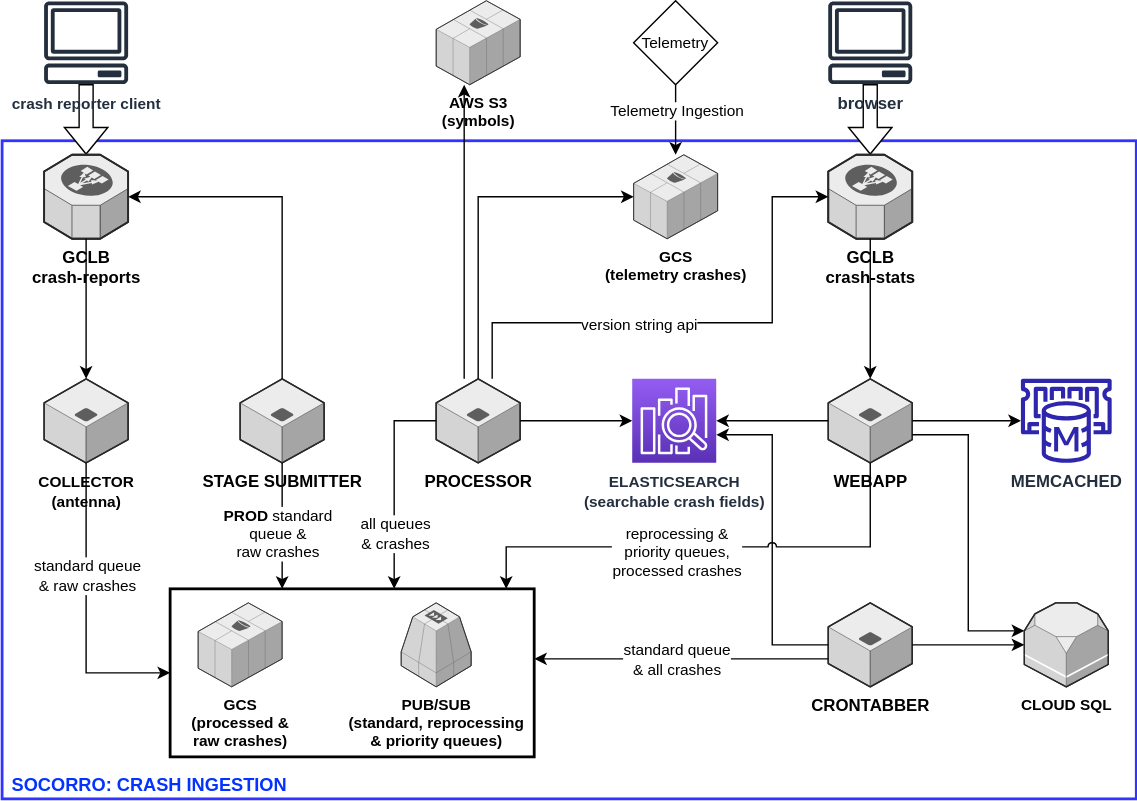
Above: docs/drawio/socorro_architecture.drawio.svg in mozilla-services/socorro (draw.io), before the change. Source tidied: cells renumbered, new cells last; positions are measured from the earlier drawing's top-left corner, leaving out a move shared by most shapes.
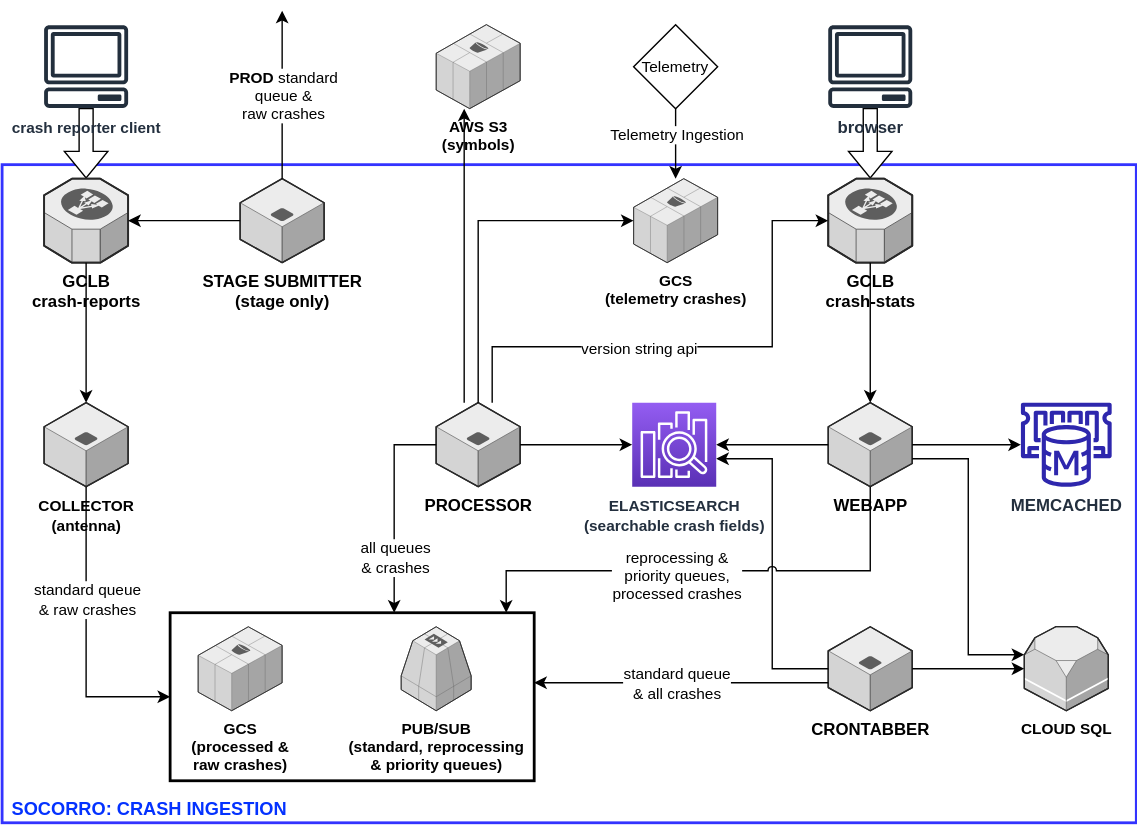
The same diagram one commit later.

Commit message:
Clarify stage submitter

Change to the diagram source:
```diff
@@ -62,8 +62,8 @@
     <mxCell id="21" value="&lt;b&gt;GCLB&lt;br&gt;crash-stats&lt;/b&gt;" style="verticalLabelPosition=bottom;html=1;verticalAlign=top;strokeWidth=1;align=center;outlineConnect=0;dashed=0;outlineConnect=0;shape=mxgraph.aws3d.elasticLoadBalancing;fillColor=#ECECEC;strokeColor=#5E5E5E;" parent="1" vertex="1">
       <mxGeometry x="590" y="110" width="60" height="60" as="geometry" />
     </mxCell>
-    <mxCell id="22" value="&lt;b&gt;STAGE SUBMITTER&lt;br&gt;&lt;/b&gt;" style="verticalLabelPosition=bottom;html=1;verticalAlign=top;strokeWidth=1;align=center;outlineConnect=0;dashed=0;outlineConnect=0;shape=mxgraph.aws3d.application_server;fillColor=#ECECEC;strokeColor=#5E5E5E;" parent="1" vertex="1">
-      <mxGeometry x="170" y="270" width="60" height="60" as="geometry" />
+    <mxCell id="22" value="&lt;div&gt;&lt;b&gt;STAGE SUBMITTER&lt;/b&gt;&lt;/div&gt;&lt;b&gt;(stage only)&lt;/b&gt;" style="verticalLabelPosition=bottom;html=1;verticalAlign=top;strokeWidth=1;align=center;outlineConnect=0;dashed=0;outlineConnect=0;shape=mxgraph.aws3d.application_server;fillColor=#ECECEC;strokeColor=#5E5E5E;" parent="1" vertex="1">
+      <mxGeometry x="170" y="110" width="60" height="60" as="geometry" />
     </mxCell>
     <mxCell id="23" value="&lt;div&gt;&lt;b&gt;GCS&lt;/b&gt;&lt;/div&gt;&lt;div&gt;&lt;b&gt;(telemetry crashes)&lt;br&gt;&lt;/b&gt;&lt;/div&gt;" style="verticalLabelPosition=bottom;html=1;verticalAlign=top;strokeWidth=1;align=center;outlineConnect=0;dashed=0;outlineConnect=0;shape=mxgraph.aws3d.s3;fillColor=#ECECEC;strokeColor=#5E5E5E;fontSize=11;" parent="1" vertex="1">
       <mxGeometry x="451" y="110" width="60" height="60" as="geometry" />
@@ -95,23 +95,24 @@
     <mxCell id="28" style="endArrow=classic;html=1;rounded=0;edgeStyle=orthogonalEdgeStyle;" parent="1" edge="1" source="17" target="9">
       <mxGeometry relative="1" as="geometry" />
     </mxCell>
-    <mxCell id="29" style="endArrow=classic;html=1;rounded=0;edgeStyle=orthogonalEdgeStyle;" parent="1" edge="1" source="22" target="3">
+    <mxCell id="29" style="endArrow=classic;html=1;rounded=0;edgeStyle=orthogonalEdgeStyle;" parent="1" edge="1" source="22">
       <mxGeometry relative="1" as="geometry">
+        <mxPoint x="200" y="-10" as="targetPoint" />
         <Array as="points">
-          <mxPoint x="200" y="390" />
-          <mxPoint x="200" y="390" />
+          <mxPoint x="200" y="40" />
+          <mxPoint x="200" y="40" />
         </Array>
       </mxGeometry>
     </mxCell>
     <mxCell id="30" value="&lt;div&gt;&lt;b&gt;PROD&lt;/b&gt; standard&lt;/div&gt;&lt;div&gt;queue &amp;amp;&lt;/div&gt;&lt;div&gt;raw crashes&lt;br&gt;&lt;/div&gt;" style="edgeLabel;html=1;align=center;verticalAlign=middle;" parent="29" vertex="1">
       <mxGeometry x="-0.34" y="-2" relative="1" as="geometry">
-        <mxPoint x="-2" y="20" as="offset" />
+        <mxPoint x="-2" y="-20" as="offset" />
       </mxGeometry>
     </mxCell>
     <mxCell id="31" style="endArrow=classic;html=1;rounded=0;edgeStyle=orthogonalEdgeStyle;" parent="1" edge="1" source="22" target="7">
       <mxGeometry relative="1" as="geometry">
         <Array as="points">
-          <mxPoint x="200" y="140" />
+          <mxPoint x="180" y="140" />
         </Array>
       </mxGeometry>
     </mxCell>
```
